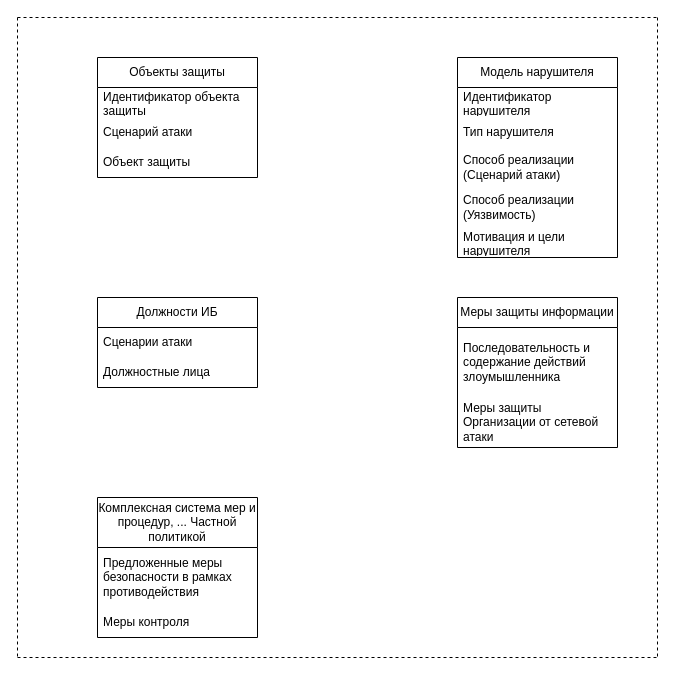
This is Old_Shema_OPZ/(Старая схема ОПЗ) Частная политика.drawio from SmirnovBogdan8/Diplom, a draw.io file, before an edit. Source tidied: cells renumbered, new cells numbered last; positions are measured from the earlier drawing's top-left corner, leaving out a move shared by most shapes. Both pictures are drawn from the tidied source at 100%, with x=0, y=0 at pixel (17, 17).
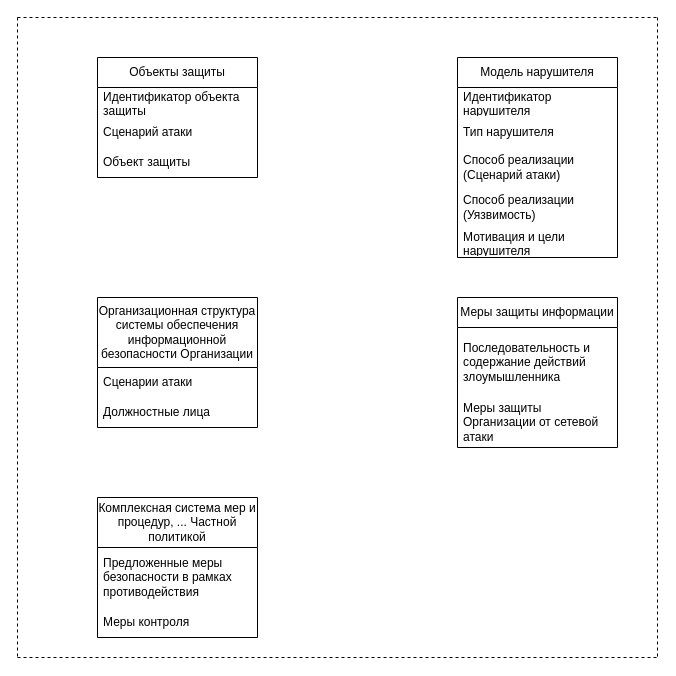
After the change.

Diff of the diagram source:
```diff
@@
-    <mxCell id="17" value="Должности ИБ" style="swimlane;fontStyle=0;horizontal=1;startSize=30;whiteSpace=wrap;html=1;" parent="1" vertex="1">
-      <mxGeometry x="80" y="280" width="160" height="90" as="geometry" />
+    <mxCell id="17" value="Организационная структура системы обеспечения информационной безопасности Организации" style="swimlane;fontStyle=0;horizontal=1;startSize=70;whiteSpace=wrap;html=1;" parent="1" vertex="1">
+      <mxGeometry x="80" y="280" width="160" height="130" as="geometry" />
     </mxCell>
     <mxCell id="18" value="Сценарии атаки" style="text;strokeColor=none;fillColor=none;align=left;verticalAlign=middle;spacingLeft=4;spacingRight=4;overflow=hidden;whiteSpace=wrap;html=1;" parent="17" vertex="1">
-      <mxGeometry y="30" width="160" height="30" as="geometry" />
+      <mxGeometry y="70" width="160" height="30" as="geometry" />
     </mxCell>
     <mxCell id="19" value="Должностные лица" style="text;strokeColor=none;fillColor=none;align=left;verticalAlign=middle;spacingLeft=4;spacingRight=4;overflow=hidden;whiteSpace=wrap;html=1;" parent="17" vertex="1">
-      <mxGeometry y="60" width="160" height="30" as="geometry" />
+      <mxGeometry y="100" width="160" height="30" as="geometry" />
     </mxCell>
```
